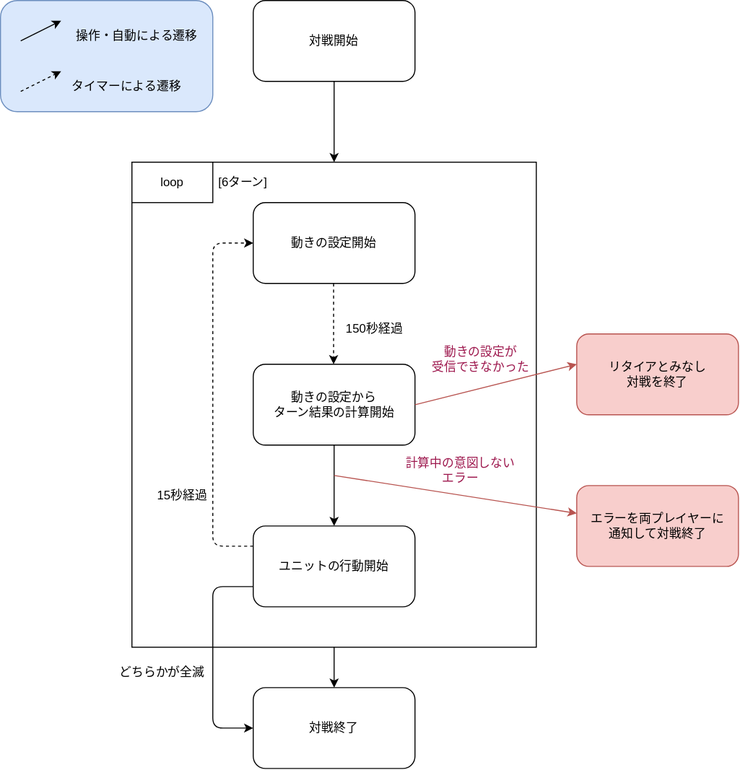
Before: docs/02_基本設計/フロー図/動きの設定タイムリミットフロー.drawio.svg, a diagram exported from draw.io (pandapan-cute/TriggerGameCompose). Source tidied: cells renumbered, new cells last; positions are measured from the earlier drawing's top-left corner, leaving out a move shared by most shapes. The source it was exported from:
```xml
<mxGraphModel>
  <root>
    <mxCell id="0" />
    <mxCell id="1" parent="0" />
    <mxCell id="2" style="edgeStyle=none;html=1;exitX=0.5;exitY=1;exitDx=0;exitDy=0;entryX=0.5;entryY=0;entryDx=0;entryDy=0;" parent="1" edge="1" source="3" target="12">
      <mxGeometry relative="1" as="geometry" />
    </mxCell>
    <mxCell id="3" style="rounded=0;whiteSpace=wrap;html=1;fillColor=none;" parent="1" vertex="1">
      <mxGeometry x="130" y="160" width="400" height="480" as="geometry" />
    </mxCell>
    <mxCell id="4" style="rounded=1;whiteSpace=wrap;html=1;fillColor=#dae8fc;strokeColor=#6c8ebf;" parent="1" vertex="1">
      <mxGeometry width="210" height="110" as="geometry" />
    </mxCell>
    <mxCell id="5" value="対戦開始" style="rounded=1;whiteSpace=wrap;html=1;" parent="1" vertex="1">
      <mxGeometry x="250" width="160" height="80" as="geometry" />
    </mxCell>
    <mxCell id="6" style="endArrow=classic;html=1;" parent="1" edge="1">
      <mxGeometry relative="1" as="geometry">
        <mxPoint x="20" y="40" as="sourcePoint" />
        <mxPoint x="60" y="20" as="targetPoint" />
      </mxGeometry>
    </mxCell>
    <mxCell id="7" value="操作・自動による遷移" style="text;html=1;align=center;verticalAlign=middle;whiteSpace=wrap;rounded=0;" parent="1" vertex="1">
      <mxGeometry x="70" y="20" width="130" height="30" as="geometry" />
    </mxCell>
    <mxCell id="8" style="endArrow=classic;html=1;dashed=1;" parent="1" edge="1">
      <mxGeometry relative="1" as="geometry">
        <mxPoint x="20" y="90" as="sourcePoint" />
        <mxPoint x="60" y="70" as="targetPoint" />
      </mxGeometry>
    </mxCell>
    <mxCell id="9" value="タイマーによる遷移" style="text;html=1;align=center;verticalAlign=middle;whiteSpace=wrap;rounded=0;" parent="1" vertex="1">
      <mxGeometry x="70" y="70" width="110" height="30" as="geometry" />
    </mxCell>
    <mxCell id="10" value="動きの設定開始" style="rounded=1;whiteSpace=wrap;html=1;" parent="1" vertex="1">
      <mxGeometry x="250" y="200" width="160" height="80" as="geometry" />
    </mxCell>
    <mxCell id="11" value="&lt;div&gt;&lt;span style=&quot;background-color: transparent;&quot;&gt;動きの設定から&lt;/span&gt;&lt;/div&gt;&lt;div&gt;ターン結果の計算開始&lt;/div&gt;" style="rounded=1;whiteSpace=wrap;html=1;" parent="1" vertex="1">
      <mxGeometry x="250" y="360" width="160" height="80" as="geometry" />
    </mxCell>
    <mxCell id="12" value="対戦終了" style="rounded=1;whiteSpace=wrap;html=1;" parent="1" vertex="1">
      <mxGeometry x="250" y="680" width="160" height="80" as="geometry" />
    </mxCell>
    <mxCell id="13" style="endArrow=classic;html=1;exitX=0.5;exitY=1;exitDx=0;exitDy=0;" parent="1" edge="1" source="5">
      <mxGeometry relative="1" as="geometry">
        <mxPoint x="330" y="160" as="targetPoint" />
      </mxGeometry>
    </mxCell>
    <mxCell id="14" value="150秒経過" style="text;html=1;align=center;verticalAlign=middle;whiteSpace=wrap;rounded=0;" parent="1" vertex="1">
      <mxGeometry x="340" y="310" width="60" height="30" as="geometry" />
    </mxCell>
    <mxCell id="15" style="endArrow=classic;html=1;exitX=0.5;exitY=1;exitDx=0;exitDy=0;entryX=0.5;entryY=0;entryDx=0;entryDy=0;dashed=1;" parent="1" edge="1">
      <mxGeometry relative="1" as="geometry">
        <mxPoint x="329.5" y="280" as="sourcePoint" />
        <mxPoint x="329.5" y="360" as="targetPoint" />
      </mxGeometry>
    </mxCell>
    <mxCell id="16" style="edgeStyle=none;html=1;exitX=0;exitY=0.25;exitDx=0;exitDy=0;entryX=0;entryY=0.5;entryDx=0;entryDy=0;dashed=1;" parent="1" edge="1" source="18" target="10">
      <mxGeometry relative="1" as="geometry">
        <Array as="points">
          <mxPoint x="210" y="540" />
          <mxPoint x="210" y="240" />
        </Array>
      </mxGeometry>
    </mxCell>
    <mxCell id="17" style="edgeStyle=none;html=1;exitX=0;exitY=0.75;exitDx=0;exitDy=0;entryX=0;entryY=0.5;entryDx=0;entryDy=0;" parent="1" edge="1" source="18" target="12">
      <mxGeometry relative="1" as="geometry">
        <Array as="points">
          <mxPoint x="210" y="580" />
          <mxPoint x="210" y="720" />
        </Array>
      </mxGeometry>
    </mxCell>
    <mxCell id="18" value="ユニットの行動開始" style="rounded=1;whiteSpace=wrap;html=1;" parent="1" vertex="1">
      <mxGeometry x="250" y="520" width="160" height="80" as="geometry" />
    </mxCell>
    <mxCell id="19" style="endArrow=classic;html=1;exitX=0.5;exitY=1;exitDx=0;exitDy=0;entryX=0.5;entryY=0;entryDx=0;entryDy=0;" parent="1" edge="1">
      <mxGeometry relative="1" as="geometry">
        <mxPoint x="330" y="440" as="sourcePoint" />
        <mxPoint x="330" y="520" as="targetPoint" />
      </mxGeometry>
    </mxCell>
    <mxCell id="20" value="15秒経過" style="text;html=1;align=center;verticalAlign=middle;whiteSpace=wrap;rounded=0;" parent="1" vertex="1">
      <mxGeometry x="150" y="475" width="60" height="30" as="geometry" />
    </mxCell>
    <mxCell id="21" value="loop" style="rounded=0;whiteSpace=wrap;html=1;" parent="1" vertex="1">
      <mxGeometry x="130" y="160" width="80" height="40" as="geometry" />
    </mxCell>
    <mxCell id="22" value="[6ターン]" style="text;html=1;align=center;verticalAlign=middle;whiteSpace=wrap;rounded=0;" parent="1" vertex="1">
      <mxGeometry x="210" y="160" width="60" height="40" as="geometry" />
    </mxCell>
    <mxCell id="23" value="どちらかが全滅" style="text;html=1;align=center;verticalAlign=middle;whiteSpace=wrap;rounded=0;" parent="1" vertex="1">
      <mxGeometry x="110" y="650" width="100" height="30" as="geometry" />
    </mxCell>
    <mxCell id="24" style="endArrow=classic;html=1;fillColor=#f8cecc;strokeColor=#b85450;" parent="1" edge="1">
      <mxGeometry relative="1" as="geometry">
        <mxPoint x="410" y="400" as="sourcePoint" />
        <mxPoint x="570" y="360" as="targetPoint" />
      </mxGeometry>
    </mxCell>
    <mxCell id="25" value="リタイアとみなし&lt;div&gt;対戦を終了&lt;/div&gt;" style="rounded=1;whiteSpace=wrap;html=1;fillColor=#f8cecc;strokeColor=#b85450;" parent="1" vertex="1">
      <mxGeometry x="570" y="330" width="160" height="80" as="geometry" />
    </mxCell>
    <mxCell id="26" value="&lt;font style=&quot;color: rgb(157, 23, 77);&quot;&gt;動きの設定が&lt;/font&gt;&lt;div&gt;&lt;font style=&quot;color: rgb(157, 23, 77);&quot;&gt;受信できなかった&lt;/font&gt;&lt;/div&gt;" style="text;html=1;align=center;verticalAlign=middle;whiteSpace=wrap;rounded=0;fontColor=#9D174D;" parent="1" vertex="1">
      <mxGeometry x="420" y="340" width="110" height="30" as="geometry" />
    </mxCell>
    <mxCell id="27" value="エラーを両プレイヤーに&lt;div&gt;通知して対戦終了&lt;/div&gt;" style="rounded=1;whiteSpace=wrap;html=1;fillColor=#f8cecc;strokeColor=#b85450;" parent="1" vertex="1">
      <mxGeometry x="570" y="480" width="160" height="80" as="geometry" />
    </mxCell>
    <mxCell id="28" style="endArrow=classic;html=1;fillColor=#f8cecc;strokeColor=#b85450;" parent="1" edge="1" target="27">
      <mxGeometry relative="1" as="geometry">
        <mxPoint x="330" y="470" as="sourcePoint" />
      </mxGeometry>
    </mxCell>
    <mxCell id="29" value="計算中の意図しないエラー" style="text;html=1;align=center;verticalAlign=middle;whiteSpace=wrap;rounded=0;fontColor=#9D174D;" parent="1" vertex="1">
      <mxGeometry x="400" y="450" width="110" height="30" as="geometry" />
    </mxCell>
  </root>
</mxGraphModel>
```
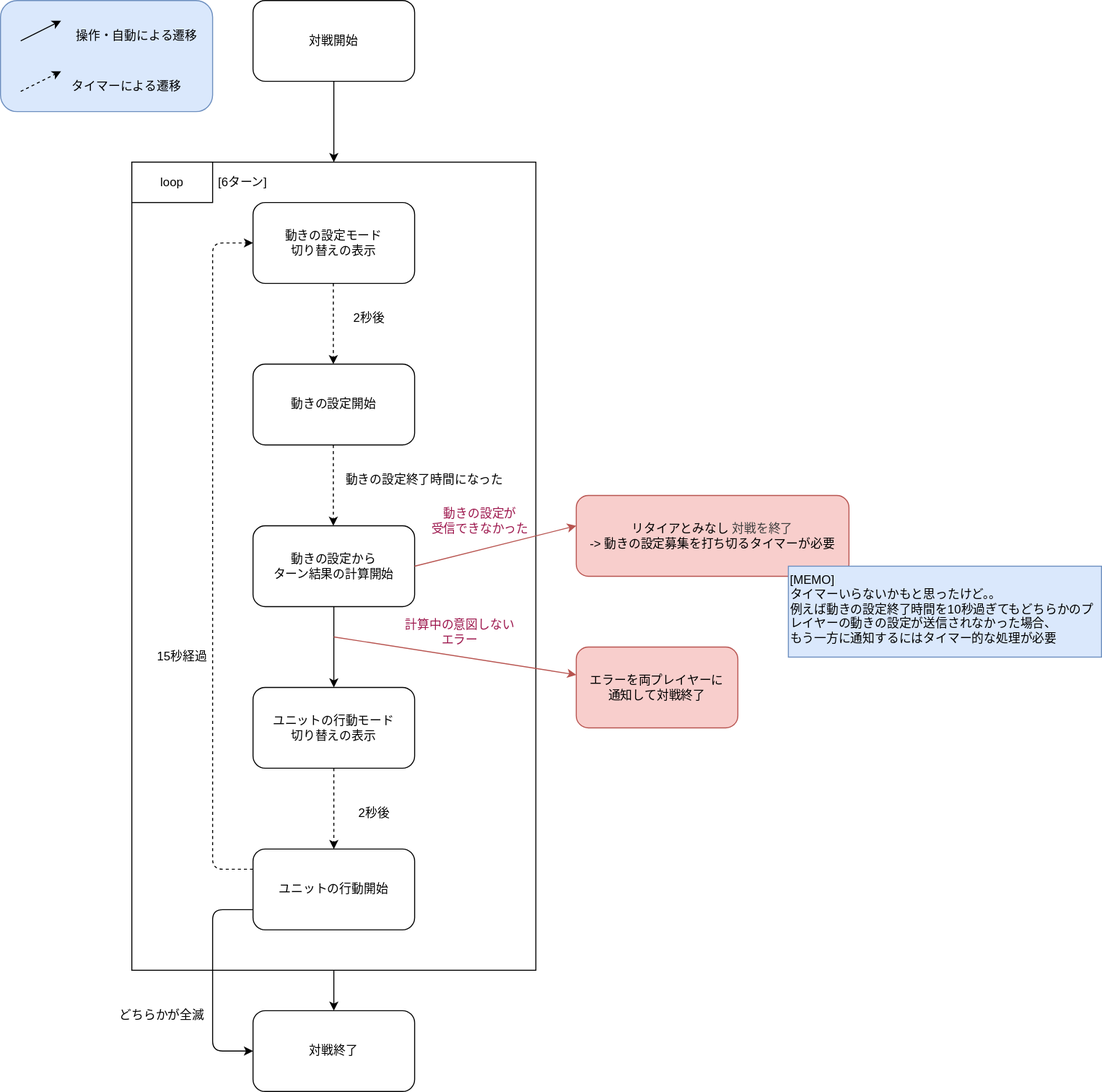
Later version of the same file.

What changed in the source:
```diff
@@ -6,7 +6,7 @@
       <mxGeometry relative="1" as="geometry" />
     </mxCell>
     <mxCell id="3" style="rounded=0;whiteSpace=wrap;html=1;fillColor=none;" parent="1" vertex="1">
-      <mxGeometry x="130" y="160" width="400" height="480" as="geometry" />
+      <mxGeometry x="130" y="160" width="400" height="800" as="geometry" />
     </mxCell>
     <mxCell id="4" style="rounded=1;whiteSpace=wrap;html=1;fillColor=#dae8fc;strokeColor=#6c8ebf;" parent="1" vertex="1">
       <mxGeometry width="210" height="110" as="geometry" />
@@ -33,32 +33,32 @@
       <mxGeometry x="70" y="70" width="110" height="30" as="geometry" />
     </mxCell>
     <mxCell id="10" value="動きの設定開始" style="rounded=1;whiteSpace=wrap;html=1;" parent="1" vertex="1">
-      <mxGeometry x="250" y="200" width="160" height="80" as="geometry" />
+      <mxGeometry x="250" y="360" width="160" height="80" as="geometry" />
     </mxCell>
     <mxCell id="11" value="&lt;div&gt;&lt;span style=&quot;background-color: transparent;&quot;&gt;動きの設定から&lt;/span&gt;&lt;/div&gt;&lt;div&gt;ターン結果の計算開始&lt;/div&gt;" style="rounded=1;whiteSpace=wrap;html=1;" parent="1" vertex="1">
-      <mxGeometry x="250" y="360" width="160" height="80" as="geometry" />
+      <mxGeometry x="250" y="520" width="160" height="80" as="geometry" />
     </mxCell>
     <mxCell id="12" value="対戦終了" style="rounded=1;whiteSpace=wrap;html=1;" parent="1" vertex="1">
-      <mxGeometry x="250" y="680" width="160" height="80" as="geometry" />
+      <mxGeometry x="250" y="1000" width="160" height="80" as="geometry" />
     </mxCell>
     <mxCell id="13" style="endArrow=classic;html=1;exitX=0.5;exitY=1;exitDx=0;exitDy=0;" parent="1" edge="1" source="5">
       <mxGeometry relative="1" as="geometry">
         <mxPoint x="330" y="160" as="targetPoint" />
       </mxGeometry>
     </mxCell>
-    <mxCell id="14" value="150秒経過" style="text;html=1;align=center;verticalAlign=middle;whiteSpace=wrap;rounded=0;" parent="1" vertex="1">
-      <mxGeometry x="340" y="310" width="60" height="30" as="geometry" />
+    <mxCell id="14" value="動きの設定終了時間になった" style="text;html=1;align=center;verticalAlign=middle;whiteSpace=wrap;rounded=0;" parent="1" vertex="1">
+      <mxGeometry x="330" y="460" width="180" height="30" as="geometry" />
     </mxCell>
     <mxCell id="15" style="endArrow=classic;html=1;exitX=0.5;exitY=1;exitDx=0;exitDy=0;entryX=0.5;entryY=0;entryDx=0;entryDy=0;dashed=1;" parent="1" edge="1">
       <mxGeometry relative="1" as="geometry">
-        <mxPoint x="329.5" y="280" as="sourcePoint" />
-        <mxPoint x="329.5" y="360" as="targetPoint" />
+        <mxPoint x="329.5" y="440" as="sourcePoint" />
+        <mxPoint x="329.5" y="520" as="targetPoint" />
       </mxGeometry>
     </mxCell>
-    <mxCell id="16" style="edgeStyle=none;html=1;exitX=0;exitY=0.25;exitDx=0;exitDy=0;entryX=0;entryY=0.5;entryDx=0;entryDy=0;dashed=1;" parent="1" edge="1" source="18" target="10">
+    <mxCell id="16" style="edgeStyle=none;html=1;exitX=0;exitY=0.25;exitDx=0;exitDy=0;entryX=0;entryY=0.5;entryDx=0;entryDy=0;dashed=1;" parent="1" edge="1" source="18" target="32">
       <mxGeometry relative="1" as="geometry">
         <Array as="points">
-          <mxPoint x="210" y="540" />
+          <mxPoint x="210" y="860" />
           <mxPoint x="210" y="240" />
         </Array>
       </mxGeometry>
@@ -66,22 +66,22 @@
     <mxCell id="17" style="edgeStyle=none;html=1;exitX=0;exitY=0.75;exitDx=0;exitDy=0;entryX=0;entryY=0.5;entryDx=0;entryDy=0;" parent="1" edge="1" source="18" target="12">
       <mxGeometry relative="1" as="geometry">
         <Array as="points">
-          <mxPoint x="210" y="580" />
-          <mxPoint x="210" y="720" />
+          <mxPoint x="210" y="900" />
+          <mxPoint x="210" y="1040" />
         </Array>
       </mxGeometry>
     </mxCell>
     <mxCell id="18" value="ユニットの行動開始" style="rounded=1;whiteSpace=wrap;html=1;" parent="1" vertex="1">
-      <mxGeometry x="250" y="520" width="160" height="80" as="geometry" />
+      <mxGeometry x="250" y="840" width="160" height="80" as="geometry" />
     </mxCell>
     <mxCell id="19" style="endArrow=classic;html=1;exitX=0.5;exitY=1;exitDx=0;exitDy=0;entryX=0.5;entryY=0;entryDx=0;entryDy=0;" parent="1" edge="1">
       <mxGeometry relative="1" as="geometry">
-        <mxPoint x="330" y="440" as="sourcePoint" />
-        <mxPoint x="330" y="520" as="targetPoint" />
+        <mxPoint x="330" y="600" as="sourcePoint" />
+        <mxPoint x="330" y="680" as="targetPoint" />
       </mxGeometry>
     </mxCell>
     <mxCell id="20" value="15秒経過" style="text;html=1;align=center;verticalAlign=middle;whiteSpace=wrap;rounded=0;" parent="1" vertex="1">
-      <mxGeometry x="150" y="475" width="60" height="30" as="geometry" />
+      <mxGeometry x="150" y="635" width="60" height="30" as="geometry" />
     </mxCell>
     <mxCell id="21" value="loop" style="rounded=0;whiteSpace=wrap;html=1;" parent="1" vertex="1">
       <mxGeometry x="130" y="160" width="80" height="40" as="geometry" />
@@ -90,30 +90,57 @@
       <mxGeometry x="210" y="160" width="60" height="40" as="geometry" />
     </mxCell>
     <mxCell id="23" value="どちらかが全滅" style="text;html=1;align=center;verticalAlign=middle;whiteSpace=wrap;rounded=0;" parent="1" vertex="1">
-      <mxGeometry x="110" y="650" width="100" height="30" as="geometry" />
+      <mxGeometry x="110" y="990" width="100" height="30" as="geometry" />
     </mxCell>
     <mxCell id="24" style="endArrow=classic;html=1;fillColor=#f8cecc;strokeColor=#b85450;" parent="1" edge="1">
       <mxGeometry relative="1" as="geometry">
-        <mxPoint x="410" y="400" as="sourcePoint" />
-        <mxPoint x="570" y="360" as="targetPoint" />
+        <mxPoint x="410" y="560" as="sourcePoint" />
+        <mxPoint x="570" y="520" as="targetPoint" />
       </mxGeometry>
     </mxCell>
-    <mxCell id="25" value="リタイアとみなし&lt;div&gt;対戦を終了&lt;/div&gt;" style="rounded=1;whiteSpace=wrap;html=1;fillColor=#f8cecc;strokeColor=#b85450;" parent="1" vertex="1">
-      <mxGeometry x="570" y="330" width="160" height="80" as="geometry" />
+    <mxCell id="25" value="リタイアとみなし&lt;span style=&quot;color: rgb(63, 63, 63); background-color: transparent;&quot;&gt;対戦を終了&lt;/span&gt;&lt;div&gt;-&amp;gt; 動きの設定募集を打ち切るタイマーが必要&lt;/div&gt;" style="rounded=1;whiteSpace=wrap;html=1;fillColor=#f8cecc;strokeColor=#b85450;" parent="1" vertex="1">
+      <mxGeometry x="570" y="490" width="270" height="80" as="geometry" />
     </mxCell>
     <mxCell id="26" value="&lt;font style=&quot;color: rgb(157, 23, 77);&quot;&gt;動きの設定が&lt;/font&gt;&lt;div&gt;&lt;font style=&quot;color: rgb(157, 23, 77);&quot;&gt;受信できなかった&lt;/font&gt;&lt;/div&gt;" style="text;html=1;align=center;verticalAlign=middle;whiteSpace=wrap;rounded=0;fontColor=#9D174D;" parent="1" vertex="1">
-      <mxGeometry x="420" y="340" width="110" height="30" as="geometry" />
+      <mxGeometry x="420" y="500" width="110" height="30" as="geometry" />
     </mxCell>
     <mxCell id="27" value="エラーを両プレイヤーに&lt;div&gt;通知して対戦終了&lt;/div&gt;" style="rounded=1;whiteSpace=wrap;html=1;fillColor=#f8cecc;strokeColor=#b85450;" parent="1" vertex="1">
-      <mxGeometry x="570" y="480" width="160" height="80" as="geometry" />
+      <mxGeometry x="570" y="640" width="160" height="80" as="geometry" />
     </mxCell>
     <mxCell id="28" style="endArrow=classic;html=1;fillColor=#f8cecc;strokeColor=#b85450;" parent="1" edge="1" target="27">
       <mxGeometry relative="1" as="geometry">
-        <mxPoint x="330" y="470" as="sourcePoint" />
+        <mxPoint x="330" y="630" as="sourcePoint" />
       </mxGeometry>
     </mxCell>
     <mxCell id="29" value="計算中の意図しないエラー" style="text;html=1;align=center;verticalAlign=middle;whiteSpace=wrap;rounded=0;fontColor=#9D174D;" parent="1" vertex="1">
-      <mxGeometry x="400" y="450" width="110" height="30" as="geometry" />
+      <mxGeometry x="400" y="610" width="110" height="30" as="geometry" />
     </mxCell>
+    <mxCell id="30" value="ユニットの行動モード&lt;div&gt;切り替えの表示&lt;/div&gt;" style="rounded=1;whiteSpace=wrap;html=1;" parent="1" vertex="1">
+      <mxGeometry x="250" y="680" width="160" height="80" as="geometry" />
+    </mxCell>
+    <mxCell id="31" style="endArrow=classic;html=1;exitX=0.5;exitY=1;exitDx=0;exitDy=0;entryX=0.5;entryY=0;entryDx=0;entryDy=0;dashed=1;" parent="1" edge="1">
+      <mxGeometry relative="1" as="geometry">
+        <mxPoint x="330" y="760" as="sourcePoint" />
+        <mxPoint x="330" y="840" as="targetPoint" />
+      </mxGeometry>
+    </mxCell>
+    <mxCell id="32" value="動きの設定モード&lt;div&gt;切り替えの表示&lt;/div&gt;" style="rounded=1;whiteSpace=wrap;html=1;" parent="1" vertex="1">
+      <mxGeometry x="250" y="200" width="160" height="80" as="geometry" />
+    </mxCell>
+    <mxCell id="33" style="endArrow=classic;html=1;exitX=0.5;exitY=1;exitDx=0;exitDy=0;entryX=0.5;entryY=0;entryDx=0;entryDy=0;dashed=1;" parent="1" edge="1">
+      <mxGeometry relative="1" as="geometry">
+        <mxPoint x="329.5" y="280" as="sourcePoint" />
+        <mxPoint x="329.5" y="360" as="targetPoint" />
+      </mxGeometry>
+    </mxCell>
+    <mxCell id="34" value="2秒後" style="text;html=1;align=center;verticalAlign=middle;whiteSpace=wrap;rounded=0;" parent="1" vertex="1">
+      <mxGeometry x="330" y="300" width="70" height="30" as="geometry" />
+    </mxCell>
+    <mxCell id="35" value="2秒後" style="text;html=1;align=center;verticalAlign=middle;whiteSpace=wrap;rounded=0;" parent="1" vertex="1">
+      <mxGeometry x="340" y="790" width="60" height="30" as="geometry" />
+    </mxCell>
+    <mxCell id="36" value="&lt;div&gt;[MEMO]&lt;/div&gt;タイマーいらないかもと思ったけど。。&lt;div&gt;例えば動きの設定終了時間を10秒過ぎてもどちらかのプレイヤーの動きの設定が送信されなかった場合、&lt;/div&gt;&lt;div&gt;もう一方に通知するにはタイマー的な処理が必要&lt;/div&gt;" style="rounded=0;whiteSpace=wrap;html=1;fillColor=#dae8fc;strokeColor=#6c8ebf;align=left;verticalAlign=top;" parent="1" vertex="1">
+      <mxGeometry x="780" y="560" width="310" height="90" as="geometry" />
+    </mxCell>
   </root>
 </mxGraphModel>
```
